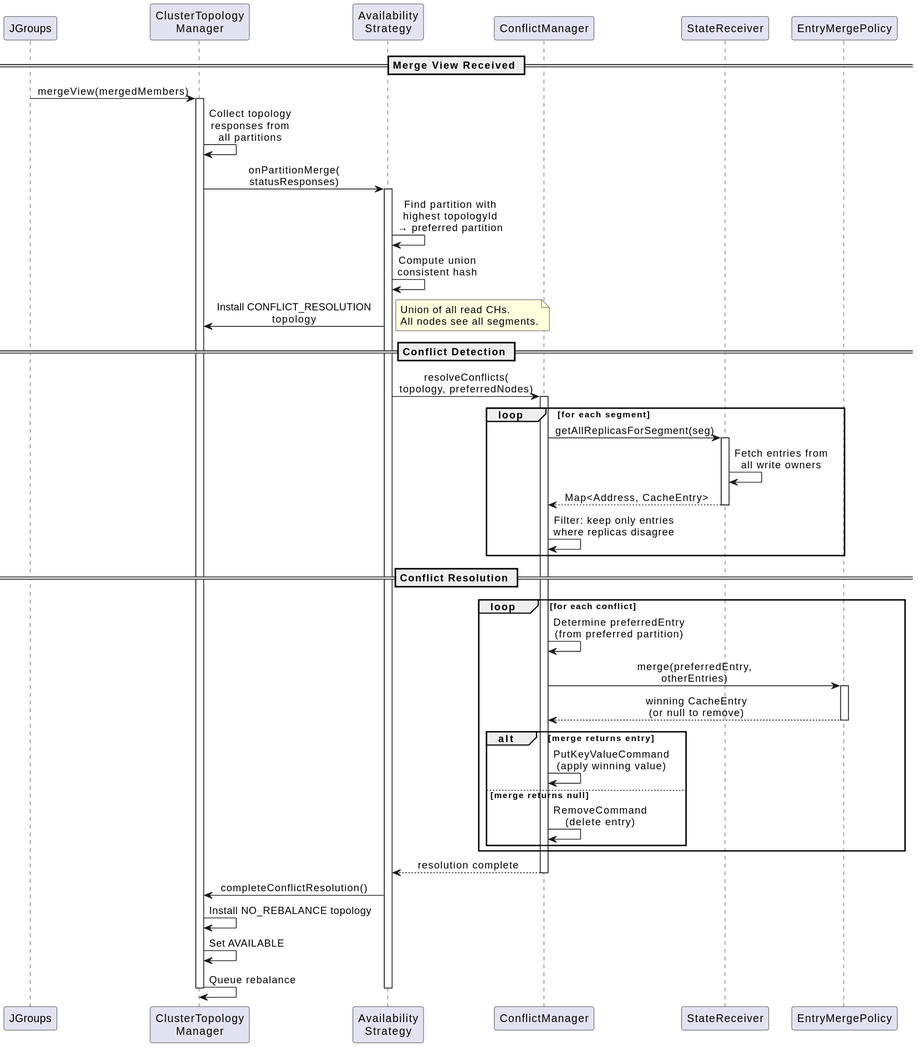
Above: docs/dev/topics/images/architecture-partition-merge.svg in infinispan/infinispan.github.io (PlantUML), before the change. The source it was exported from:
```plantuml
@startuml
skinparam defaultFontName sans-serif
skinparam shadowing false
skinparam sequenceMessageAlign center

participant "JGroups" as JG
participant "ClusterTopology\nManager" as CTM
participant "Availability\nStrategy" as AS
participant "ConflictManager" as CM
participant "StateReceiver" as SR
participant "EntryMergePolicy" as MP

== Merge View Received ==

JG -> CTM: mergeView(mergedMembers)
activate CTM
CTM -> CTM: Collect topology\nresponses from\nall partitions

CTM -> AS: onPartitionMerge(\nstatusResponses)
activate AS
AS -> AS: Find partition with\nhighest topologyId\n→ preferred partition
AS -> AS: Compute union\nconsistent hash

AS -> CTM: Install CONFLICT_RESOLUTION\ntopology
note right
  Union of all read CHs.
  All nodes see all segments.
end note

== Conflict Detection ==

AS -> CM: resolveConflicts(\ntopology, preferredNodes)
activate CM

loop for each segment
  CM -> SR: getAllReplicasForSegment(seg)
  activate SR
  SR -> SR: Fetch entries from\nall write owners
  SR --> CM: Map<Address, CacheEntry>
  deactivate SR

  CM -> CM: Filter: keep only entries\nwhere replicas disagree
end

== Conflict Resolution ==

loop for each conflict
  CM -> CM: Determine preferredEntry\n(from preferred partition)
  CM -> MP: merge(preferredEntry,\notherEntries)
  activate MP
  MP --> CM: winning CacheEntry\n(or null to remove)
  deactivate MP

  alt merge returns entry
    CM -> CM: PutKeyValueCommand\n(apply winning value)
  else merge returns null
    CM -> CM: RemoveCommand\n(delete entry)
  end
end

CM --> AS: resolution complete
deactivate CM

AS -> CTM: completeConflictResolution()
CTM -> CTM: Install NO_REBALANCE topology
CTM -> CTM: Set AVAILABLE
CTM -> CTM: Queue rebalance

deactivate AS
deactivate CTM
@enduml
```
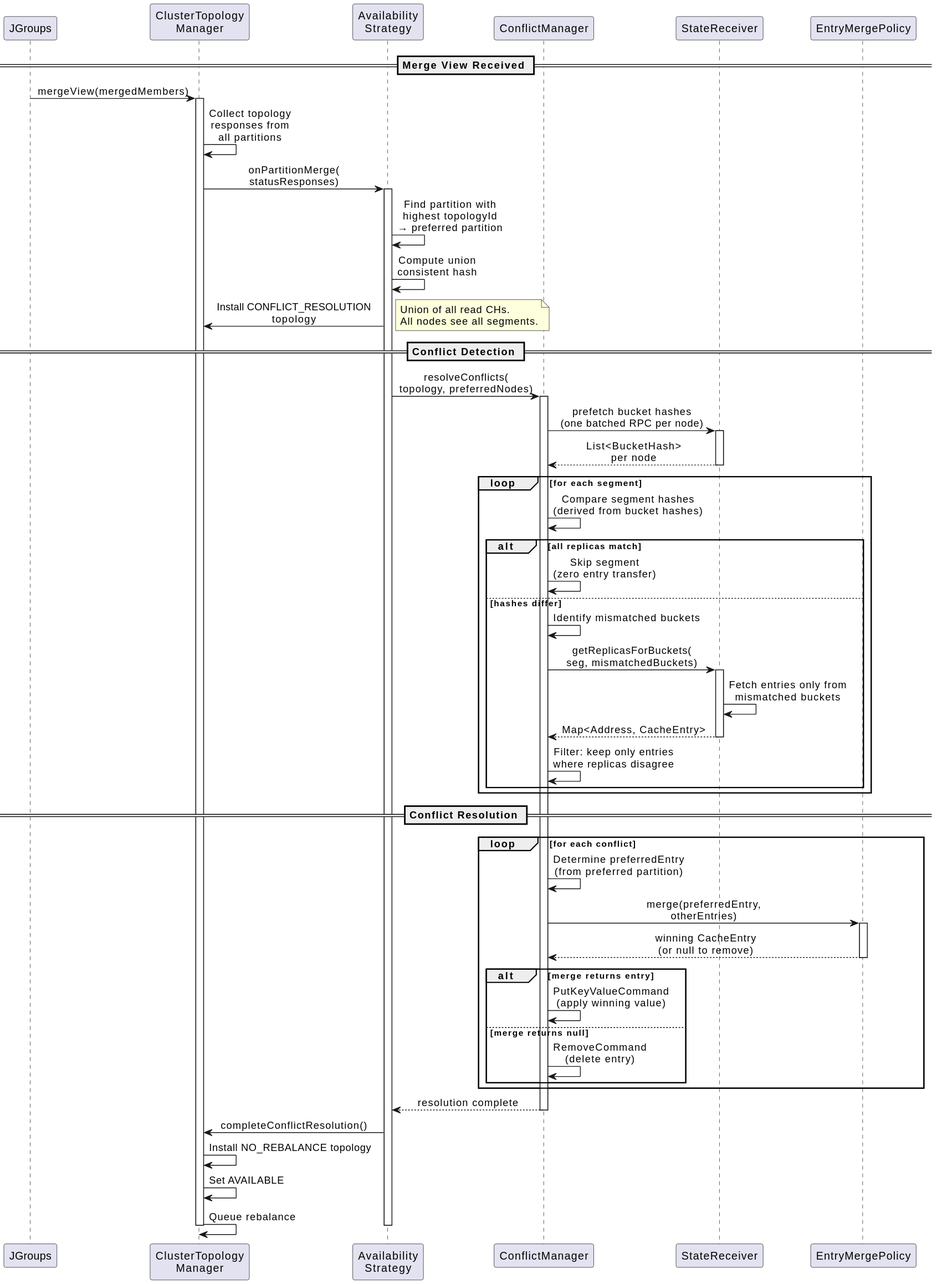
Above is the later version.

Diff of the diagram source:
```diff
@@ -32,14 +32,26 @@
 AS -> CM: resolveConflicts(\ntopology, preferredNodes)
 activate CM
 
+CM -> SR: prefetch bucket hashes\n(one batched RPC per node)
+activate SR
+SR --> CM: List<BucketHash>\nper node
+deactivate SR
+
 loop for each segment
-  CM -> SR: getAllReplicasForSegment(seg)
-  activate SR
-  SR -> SR: Fetch entries from\nall write owners
-  SR --> CM: Map<Address, CacheEntry>
-  deactivate SR
+  CM -> CM: Compare segment hashes\n(derived from bucket hashes)
 
-  CM -> CM: Filter: keep only entries\nwhere replicas disagree
+  alt all replicas match
+    CM -> CM: Skip segment\n(zero entry transfer)
+  else hashes differ
+    CM -> CM: Identify mismatched buckets
+    CM -> SR: getReplicasForBuckets(\nseg, mismatchedBuckets)
+    activate SR
+    SR -> SR: Fetch entries only from\nmismatched buckets
+    SR --> CM: Map<Address, CacheEntry>
+    deactivate SR
+
+    CM -> CM: Filter: keep only entries\nwhere replicas disagree
+  end
 end
 
 == Conflict Resolution ==
```
